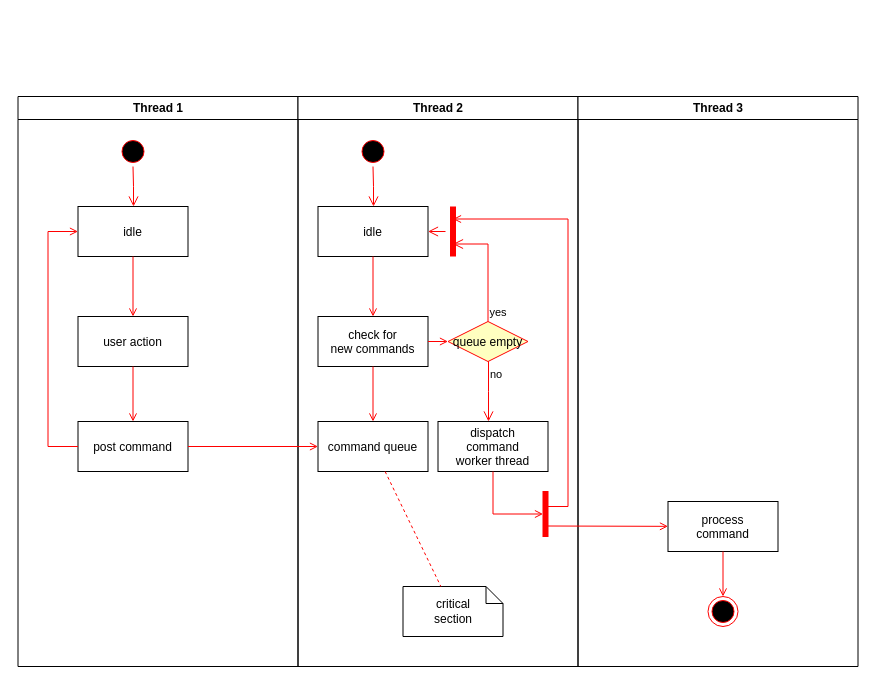
The draw.io diagram actividad.drawio in AyobAsroutVargas/lab1, before the edit. Source tidied: cells renumbered, new cells numbered last; positions are measured from the earlier drawing's top-left corner, leaving out a move shared by most shapes. Both pictures are drawn from the tidied source at 100%, with x=0, y=0 at pixel (17, 96).
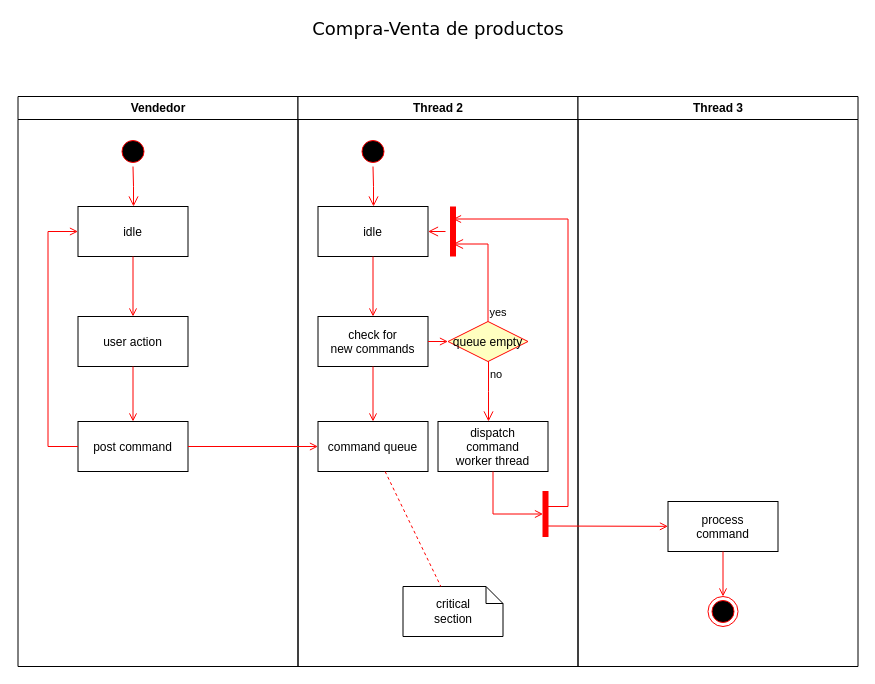
The same page after the edit.

What changed in the source:
```diff
@@
-    <mxCell id="2" value="Thread 1" style="swimlane;whiteSpace=wrap;" parent="1" vertex="1">
+    <mxCell id="2" value="Vendedor" style="swimlane;whiteSpace=wrap;" parent="1" vertex="1">
       <mxGeometry x="0.5" width="280" height="570" as="geometry" />
     </mxCell>
@@
+    <mxCell id="37" value="&lt;font face=&quot;Verdana&quot; style=&quot;font-size: 18px&quot;&gt;Compra-Venta de productos&lt;/font&gt;" style="text;html=1;strokeColor=none;fillColor=none;align=center;verticalAlign=middle;whiteSpace=wrap;rounded=0;" parent="1" vertex="1">
+      <mxGeometry x="251" y="-78" width="340" height="20" as="geometry" />
+    </mxCell>
```
